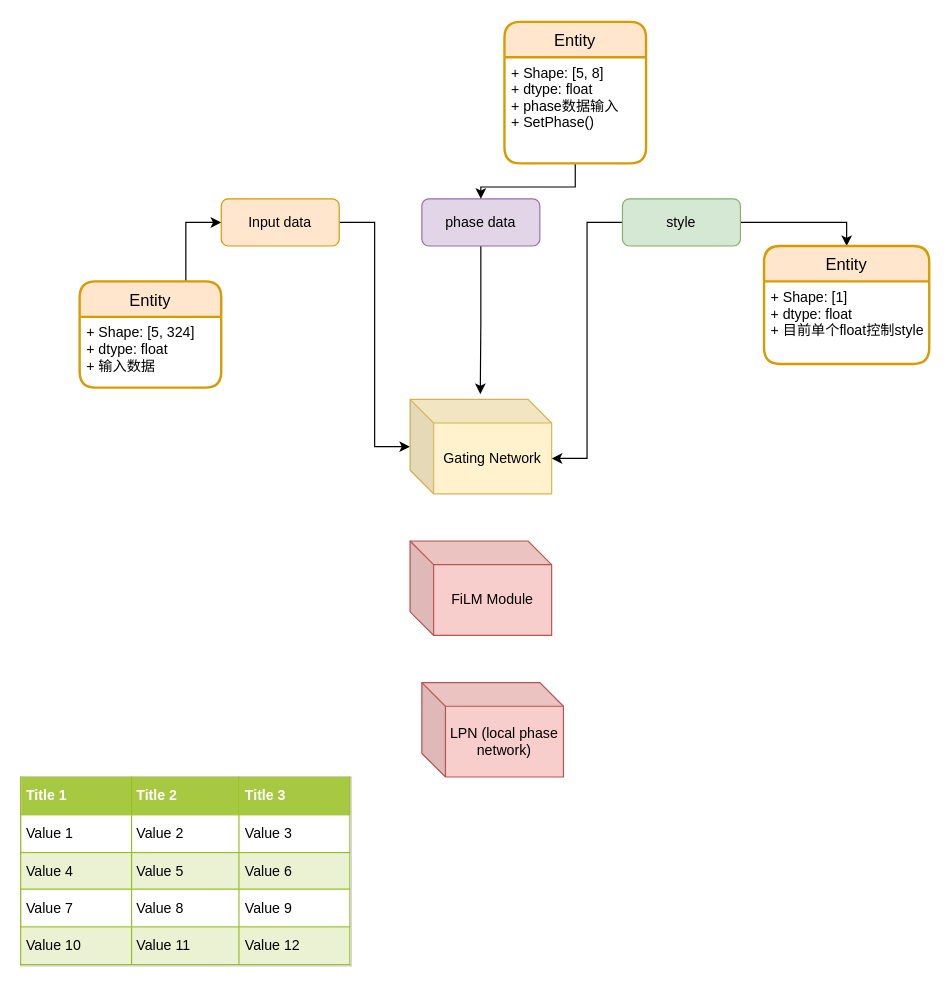
Above: filmlp_graph.drawio in lucasjinreal/3d_detection (draw.io), before the change. Source tidied: cells renumbered, new cells numbered last; positions are measured from the earlier drawing's top-left corner, leaving out a move shared by most shapes. Both pictures are drawn from the tidied source at 118%, with x=0, y=0 at pixel (20, 21).
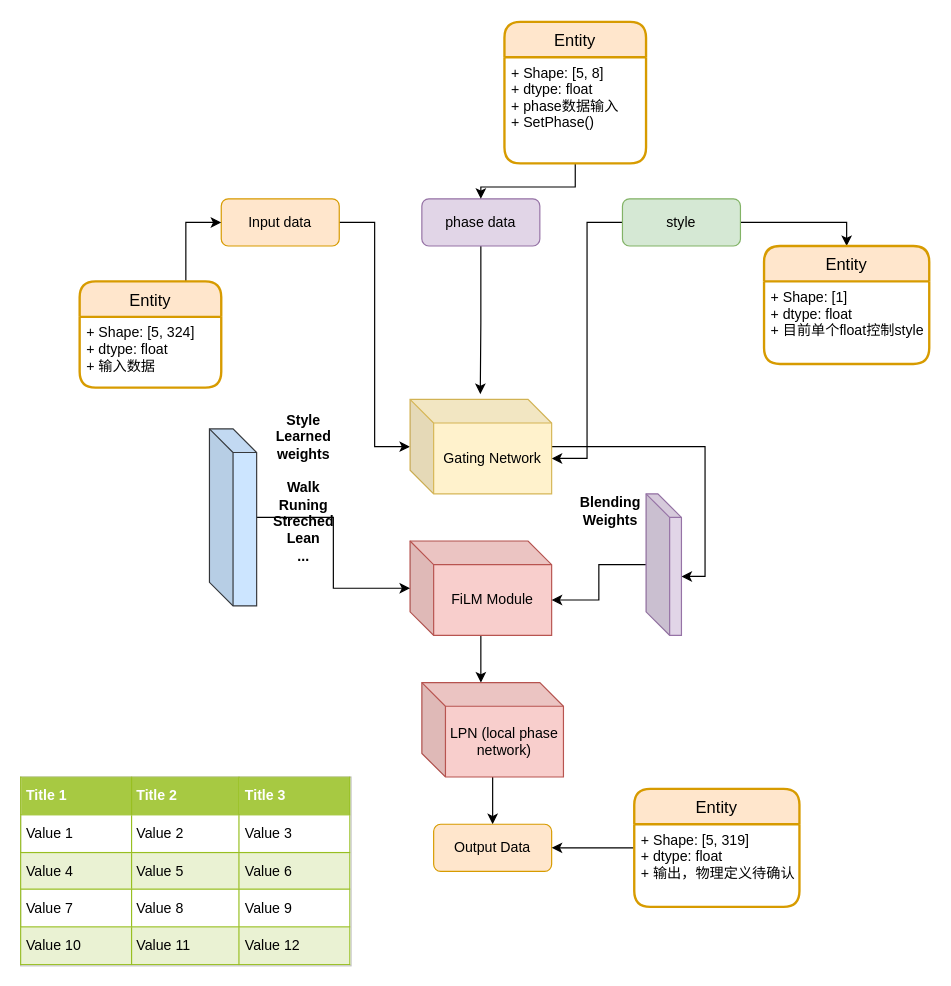
The same page after the edit.

Unchanged cells that the change refers to:
```xml
<mxCell id="18" value="Gating Network" style="shape=cube;whiteSpace=wrap;html=1;boundedLbl=1;backgroundOutline=1;darkOpacity=0.05;darkOpacity2=0.1;fillColor=#fff2cc;strokeColor=#d6b656;" parent="1" vertex="1">
  <mxGeometry x="330" y="320" width="120" height="80" as="geometry" />
</mxCell>
<mxCell id="19" value="FiLM Module" style="shape=cube;whiteSpace=wrap;html=1;boundedLbl=1;backgroundOutline=1;darkOpacity=0.05;darkOpacity2=0.1;fillColor=#f8cecc;strokeColor=#b85450;" parent="1" vertex="1">
  <mxGeometry x="330" y="440" width="120" height="80" as="geometry" />
</mxCell>
<mxCell id="20" value="LPN (local phase network)" style="shape=cube;whiteSpace=wrap;html=1;boundedLbl=1;backgroundOutline=1;darkOpacity=0.05;darkOpacity2=0.1;fillColor=#f8cecc;strokeColor=#b85450;" parent="1" vertex="1">
  <mxGeometry x="340" y="560" width="120" height="80" as="geometry" />
</mxCell>
```

Change to the diagram source:
```diff
@@
+    <mxCell id="21" style="edgeStyle=orthogonalEdgeStyle;rounded=0;jettySize=auto;html=1;entryX=0;entryY=0;entryDx=30;entryDy=70;entryPerimeter=0;" parent="1" edge="1" source="18" target="25">
+      <mxGeometry relative="1" as="geometry" />
+    </mxCell>
@@
+    <mxCell id="22" style="edgeStyle=orthogonalEdgeStyle;rounded=0;jettySize=auto;html=1;entryX=0;entryY=0;entryDx=50;entryDy=0;entryPerimeter=0;" parent="1" edge="1" source="19" target="20">
+      <mxGeometry relative="1" as="geometry" />
+    </mxCell>
@@
+    <mxCell id="23" style="edgeStyle=orthogonalEdgeStyle;rounded=0;jettySize=auto;html=1;" parent="1" edge="1" source="20" target="30">
+      <mxGeometry relative="1" as="geometry" />
+    </mxCell>
@@
+    <mxCell id="24" style="edgeStyle=orthogonalEdgeStyle;rounded=0;jettySize=auto;html=1;entryX=0;entryY=0;entryDx=120;entryDy=50;entryPerimeter=0;" parent="1" edge="1" source="25" target="19">
+      <mxGeometry relative="1" as="geometry" />
+    </mxCell>
+    <mxCell id="25" style="shape=cube;whiteSpace=wrap;html=1;boundedLbl=1;backgroundOutline=1;darkOpacity=0.05;darkOpacity2=0.1;fillColor=#e1d5e7;strokeColor=#9673a6;" parent="1" vertex="1">
+      <mxGeometry x="530" y="400" width="30" height="120" as="geometry" />
+    </mxCell>
+    <mxCell id="26" value="Blending Weights" style="text;html=1;strokeColor=none;fillColor=none;align=center;verticalAlign=middle;whiteSpace=wrap;rounded=0;fontStyle=1;" parent="1" vertex="1">
+      <mxGeometry x="470" y="400" width="60" height="30" as="geometry" />
+    </mxCell>
+    <mxCell id="27" style="edgeStyle=orthogonalEdgeStyle;rounded=0;jettySize=auto;html=1;" parent="1" edge="1" source="28" target="19">
+      <mxGeometry relative="1" as="geometry" />
+    </mxCell>
+    <mxCell id="28" style="shape=cube;whiteSpace=wrap;html=1;boundedLbl=1;backgroundOutline=1;darkOpacity=0.05;darkOpacity2=0.1;fillColor=#cce5ff;strokeColor=#36393d;" parent="1" vertex="1">
+      <mxGeometry x="160" y="345" width="40" height="150" as="geometry" />
+    </mxCell>
+    <mxCell id="29" value="Style Learned weights&lt;br&gt;&lt;br&gt;Walk&lt;br&gt;Runing&lt;br&gt;Streched&lt;br&gt;Lean&lt;br&gt;..." style="text;html=1;strokeColor=none;fillColor=none;align=center;verticalAlign=middle;whiteSpace=wrap;rounded=0;fontStyle=1;" parent="1" vertex="1">
+      <mxGeometry x="210" y="380" width="60" height="30" as="geometry" />
+    </mxCell>
+    <mxCell id="30" value="Output Data" style="rounded=1;whiteSpace=wrap;html=1;fillColor=#ffe6cc;strokeColor=#d79b00;" parent="1" vertex="1">
+      <mxGeometry x="350" y="680" width="100" height="40" as="geometry" />
+    </mxCell>
+    <mxCell id="31" style="edgeStyle=orthogonalEdgeStyle;rounded=0;jettySize=auto;html=1;entryX=1;entryY=0.5;entryDx=0;entryDy=0;" parent="1" edge="1" source="32" target="30">
+      <mxGeometry relative="1" as="geometry" />
+    </mxCell>
+    <mxCell id="32" value="Entity" style="swimlane;horizontal=1;startSize=30;rounded=1;fontSize=14;fontStyle=0;strokeWidth=2;shadow=0;dashed=0;align=center;fillColor=#ffe6cc;strokeColor=#d79b00;" parent="1" vertex="1">
+      <mxGeometry x="520" y="650" width="140" height="100" as="geometry" />
+    </mxCell>
+    <mxCell id="33" value="+ Shape: [5, 319]&#10;+ dtype: float&#10;+ 输出，物理定义待确认&#10;" style="align=left;strokeColor=none;fillColor=none;spacingLeft=4;fontSize=12;verticalAlign=top;" parent="32" vertex="1">
+      <mxGeometry y="30" width="140" height="70" as="geometry" />
+    </mxCell>
```
